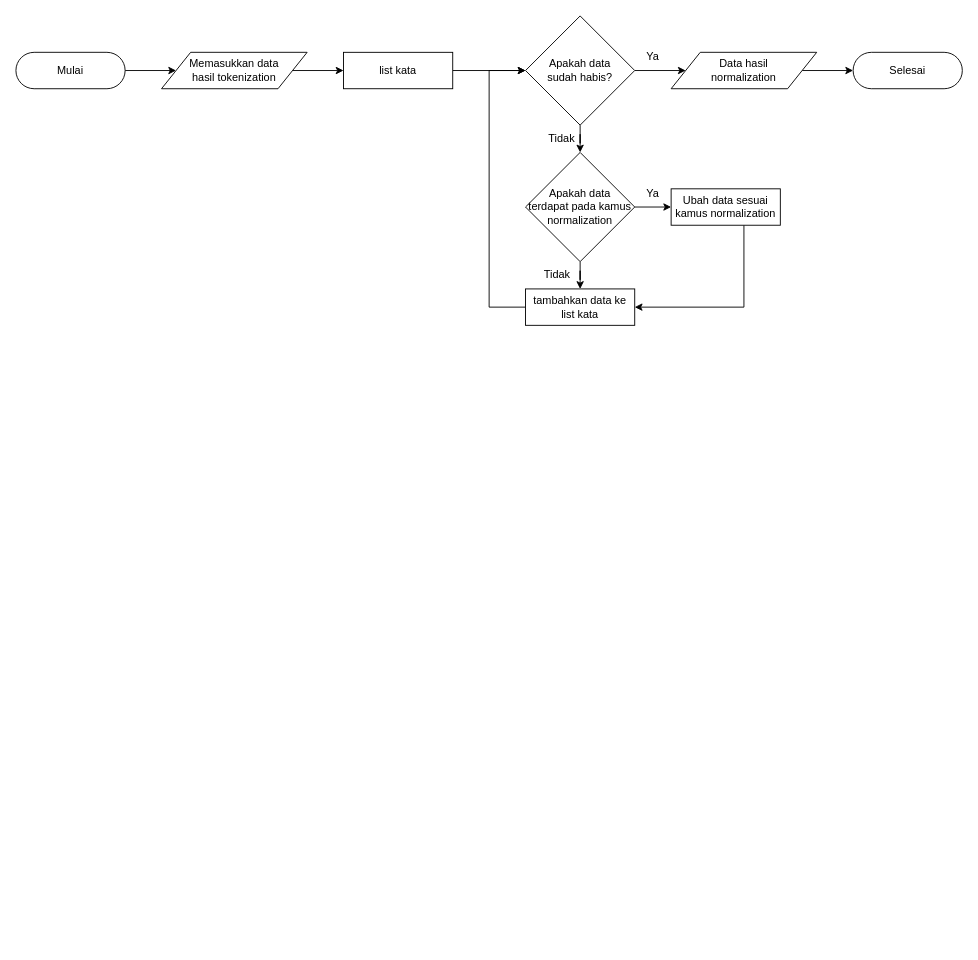
mksyfla/analysis-sentiment-using-svm keeps this draw.io diagram as page "Normalization" (6 of 9) of Untitled Diagram.drawio. Above is the earlier version. Source tidied: cells renumbered, new cells numbered last; positions are measured from the earlier drawing's top-left corner, leaving out a move shared by most shapes. Both pictures are drawn from the tidied source at 91%, with x=0, y=0 at pixel (15, 15).
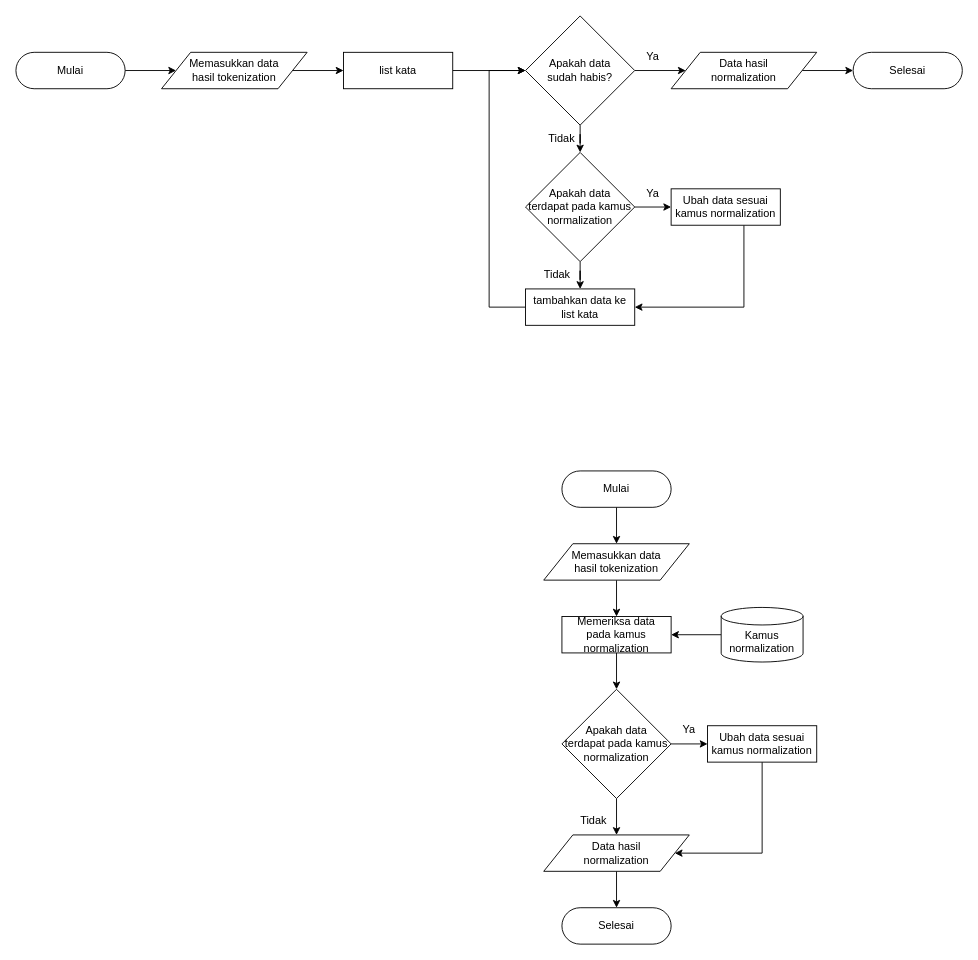
The same diagram, later.

The edit, as a diff of the source:
```diff
@@
+    <mxCell id="25" style="edgeStyle=orthogonalEdgeStyle;rounded=0;jettySize=auto;html=1;" parent="1" edge="1" source="27" target="29">
+      <mxGeometry relative="1" as="geometry" />
+    </mxCell>
+    <mxCell id="26" style="edgeStyle=orthogonalEdgeStyle;rounded=0;jettySize=auto;html=1;" parent="1" edge="1" source="27" target="37">
+      <mxGeometry relative="1" as="geometry" />
+    </mxCell>
+    <mxCell id="27" value="&lt;div&gt;Apakah data&lt;/div&gt;&lt;div&gt;terdapat pada kamus normalization&lt;/div&gt;" style="strokeWidth=1;html=1;shape=mxgraph.flowchart.decision;whiteSpace=wrap;" parent="1" vertex="1">
+      <mxGeometry x="600" y="740" width="120" height="120" as="geometry" />
+    </mxCell>
+    <mxCell id="28" style="edgeStyle=orthogonalEdgeStyle;rounded=0;jettySize=auto;html=1;" parent="1" edge="1" source="29" target="37">
+      <mxGeometry relative="1" as="geometry">
+        <Array as="points">
+          <mxPoint x="820" y="920" />
+        </Array>
+      </mxGeometry>
+    </mxCell>
+    <mxCell id="29" value="&lt;div&gt;Ubah data sesuai kamus normalization&lt;/div&gt;" style="html=1;dashed=0;whiteSpace=wrap;" parent="1" vertex="1">
+      <mxGeometry x="760" y="780" width="120" height="40" as="geometry" />
+    </mxCell>
+    <mxCell id="30" value="Ya" style="text;html=1;align=center;verticalAlign=middle;whiteSpace=wrap;rounded=0;" parent="1" vertex="1">
+      <mxGeometry x="720" y="770" width="40" height="30" as="geometry" />
+    </mxCell>
+    <mxCell id="31" style="edgeStyle=orthogonalEdgeStyle;rounded=0;jettySize=auto;html=1;" parent="1" edge="1" source="32" target="35">
+      <mxGeometry relative="1" as="geometry" />
+    </mxCell>
+    <mxCell id="32" value="Mulai" style="html=1;dashed=0;whiteSpace=wrap;shape=mxgraph.dfd.start;" parent="1" vertex="1">
+      <mxGeometry x="600" y="500" width="120" height="40" as="geometry" />
+    </mxCell>
+    <mxCell id="33" value="Selesai" style="html=1;dashed=0;whiteSpace=wrap;shape=mxgraph.dfd.start;" parent="1" vertex="1">
+      <mxGeometry x="600" y="980" width="120" height="40" as="geometry" />
+    </mxCell>
+    <mxCell id="34" style="edgeStyle=orthogonalEdgeStyle;rounded=0;jettySize=auto;html=1;" parent="1" edge="1" source="35" target="40">
+      <mxGeometry relative="1" as="geometry" />
+    </mxCell>
+    <mxCell id="35" value="&lt;div&gt;Memasukkan data&lt;/div&gt;&lt;div&gt;hasil tokenization&lt;/div&gt;" style="shape=parallelogram;perimeter=parallelogramPerimeter;whiteSpace=wrap;html=1;dashed=0;" parent="1" vertex="1">
+      <mxGeometry x="580" y="580" width="160" height="40" as="geometry" />
+    </mxCell>
+    <mxCell id="36" style="edgeStyle=orthogonalEdgeStyle;rounded=0;jettySize=auto;html=1;" parent="1" edge="1" source="37" target="33">
+      <mxGeometry relative="1" as="geometry" />
+    </mxCell>
+    <mxCell id="37" value="&lt;div&gt;Data hasil&lt;/div&gt;normalization" style="shape=parallelogram;perimeter=parallelogramPerimeter;whiteSpace=wrap;html=1;dashed=0;" parent="1" vertex="1">
+      <mxGeometry x="580" y="900" width="160" height="40" as="geometry" />
+    </mxCell>
+    <mxCell id="38" value="Tidak" style="text;html=1;align=center;verticalAlign=middle;whiteSpace=wrap;rounded=0;" parent="1" vertex="1">
+      <mxGeometry x="610" y="870" width="50" height="30" as="geometry" />
+    </mxCell>
+    <mxCell id="39" style="edgeStyle=orthogonalEdgeStyle;rounded=0;jettySize=auto;html=1;" parent="1" edge="1" source="40" target="27">
+      <mxGeometry relative="1" as="geometry" />
+    </mxCell>
+    <mxCell id="40" value="Memeriksa data&lt;div&gt;&lt;div&gt;pada kamus normalization&lt;/div&gt;&lt;/div&gt;" style="html=1;dashed=0;whiteSpace=wrap;" parent="1" vertex="1">
+      <mxGeometry x="600" y="660" width="120" height="40" as="geometry" />
+    </mxCell>
+    <mxCell id="41" style="edgeStyle=orthogonalEdgeStyle;rounded=0;jettySize=auto;html=1;" parent="1" edge="1" source="42" target="40">
+      <mxGeometry relative="1" as="geometry" />
+    </mxCell>
+    <mxCell id="42" value="Kamus normalization" style="shape=cylinder3;whiteSpace=wrap;html=1;boundedLbl=1;backgroundOutline=1;size=9.640263019221948;" parent="1" vertex="1">
+      <mxGeometry x="775" y="650" width="90" height="60" as="geometry" />
+    </mxCell>
```
